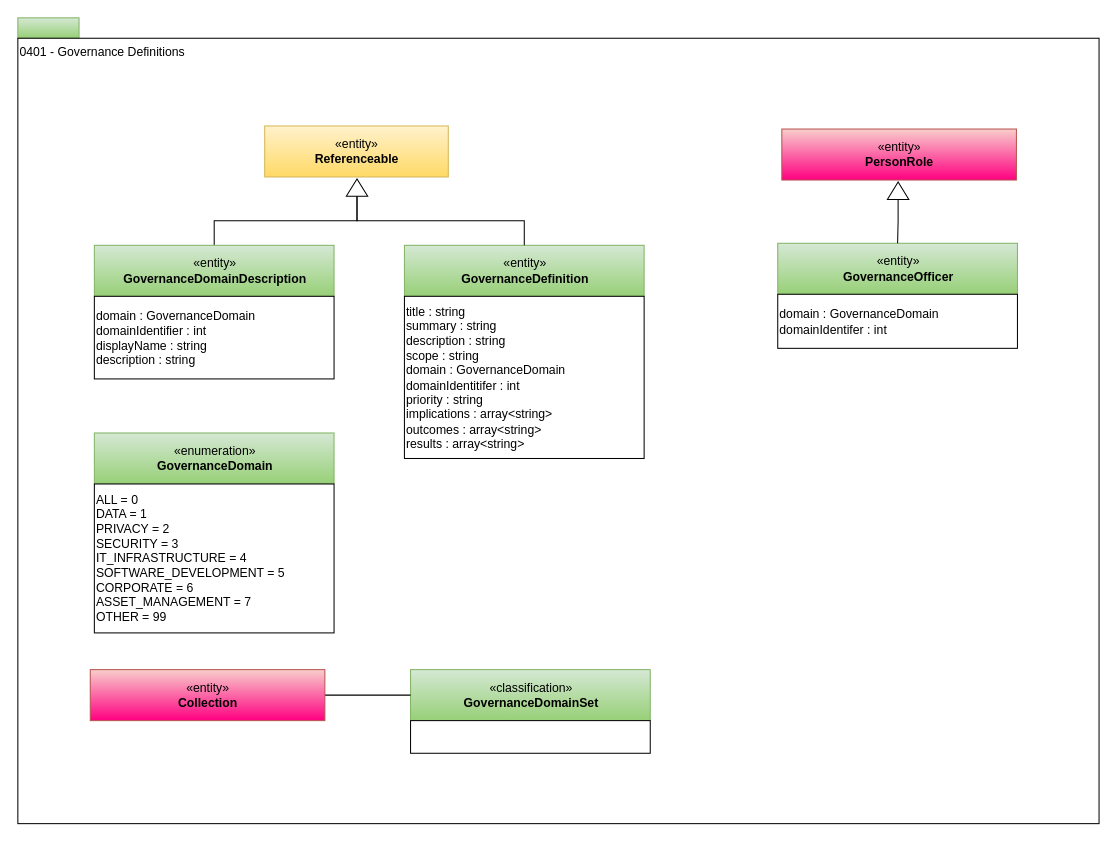
The draw.io diagram page "0401-Governance-Definitions" (2 of 24) of open-metadata-publication/website/open-metadata-types/area-4-governance.drawio in odpi/egeria, before the edit. Source tidied: cells renumbered, new cells numbered last; positions are measured from the earlier drawing's top-left corner, leaving out a move shared by most shapes. Both pictures are drawn from the tidied source at 102%, with x=0, y=0 at pixel (17, 17).
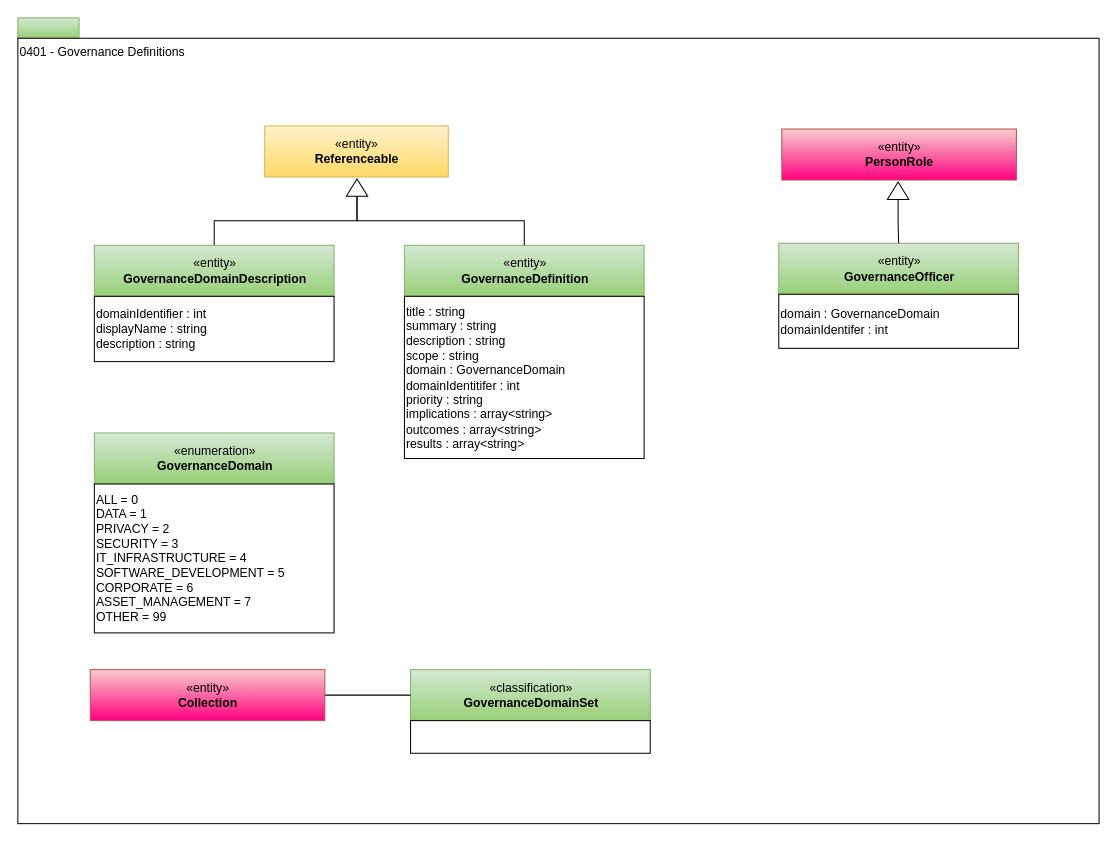
The same diagram, later.

What changed in the source:
```diff
@@
     <mxCell id="4" value="«entity»&lt;br&gt;&lt;b&gt;GovernanceOfficer&lt;/b&gt;" style="html=1;strokeColor=#82b366;align=center;fillColor=#d5e8d4;gradientColor=#97d077;" parent="1" vertex="1">
-      <mxGeometry x="745" y="221" width="235" height="50" as="geometry" />
+      <mxGeometry x="746" y="221" width="235" height="50" as="geometry" />
     </mxCell>
@@
     <mxCell id="7" value="domain : GovernanceDomain&lt;br&gt;domainIdentifer : int" style="rounded=0;whiteSpace=wrap;html=1;strokeColor=#000000;gradientColor=#ffffff;align=left;" parent="1" vertex="1">
-      <mxGeometry x="745" y="271" width="235" height="53" as="geometry" />
+      <mxGeometry x="746" y="271" width="235" height="53" as="geometry" />
     </mxCell>
@@
-    <mxCell id="18" value="domain : GovernanceDomain&lt;br&gt;domainIdentifier : int&lt;br&gt;displayName : string&lt;br&gt;description : string" style="rounded=0;whiteSpace=wrap;html=1;strokeColor=#000000;gradientColor=#ffffff;align=left;" parent="1" vertex="1">
-      <mxGeometry x="75" y="273" width="235" height="81" as="geometry" />
+    <mxCell id="18" value="domainIdentifier : int&lt;br&gt;displayName : string&lt;br&gt;description : string" style="rounded=0;whiteSpace=wrap;html=1;strokeColor=#000000;gradientColor=#ffffff;align=left;" parent="1" vertex="1">
+      <mxGeometry x="75" y="273" width="235" height="64" as="geometry" />
     </mxCell>
```
